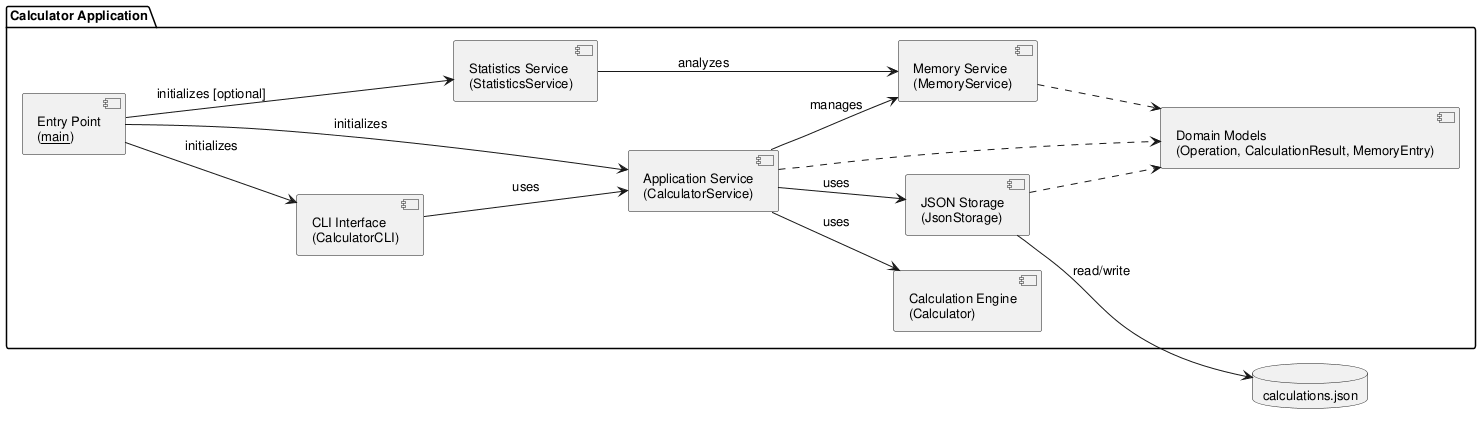
Before: experiments/broadcast/test_driven/calculator/artifacts/component_diagram.png, a diagram exported from PlantUML (DanielRiha8906/Software_autoevolution_using_agents).
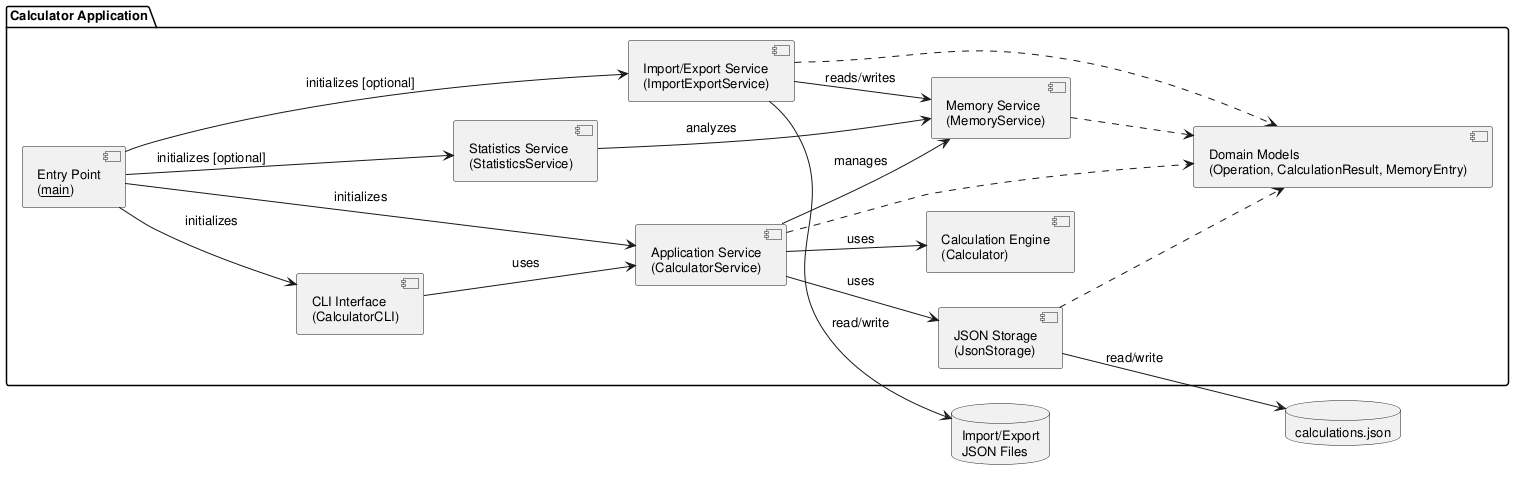
The same diagram one commit later.

The edit, as a diff of the source:
```diff
@@ -11,6 +11,7 @@
     component "Application Service\n(CalculatorService)" as Service
     component "Memory Service\n(MemoryService)" as Memory
     component "Statistics Service\n(StatisticsService)" as Stats
+    component "Import/Export Service\n(ImportExportService)" as Import
     component "Calculation Engine\n(Calculator)" as Calc
     component "JSON Storage\n(JsonStorage)" as Store
     component "Domain Models\n(Operation, CalculationResult, MemoryEntry)" as Models
@@ -25,14 +26,20 @@
     Service --> Memory : manages
 
     Stats --> Memory : analyzes
+    Import --> Memory : reads/writes
+
+    Main --> Import : initializes [optional]
 
     Service ..> Models
     Store ..> Models
     Memory ..> Models
+    Import ..> Models
 }
 
 database "calculations.json" as DB
+database "Import/Export\nJSON Files" as Files
 
 Store --> DB : read/write
+Import --> Files : read/write
 
 @enduml
```
